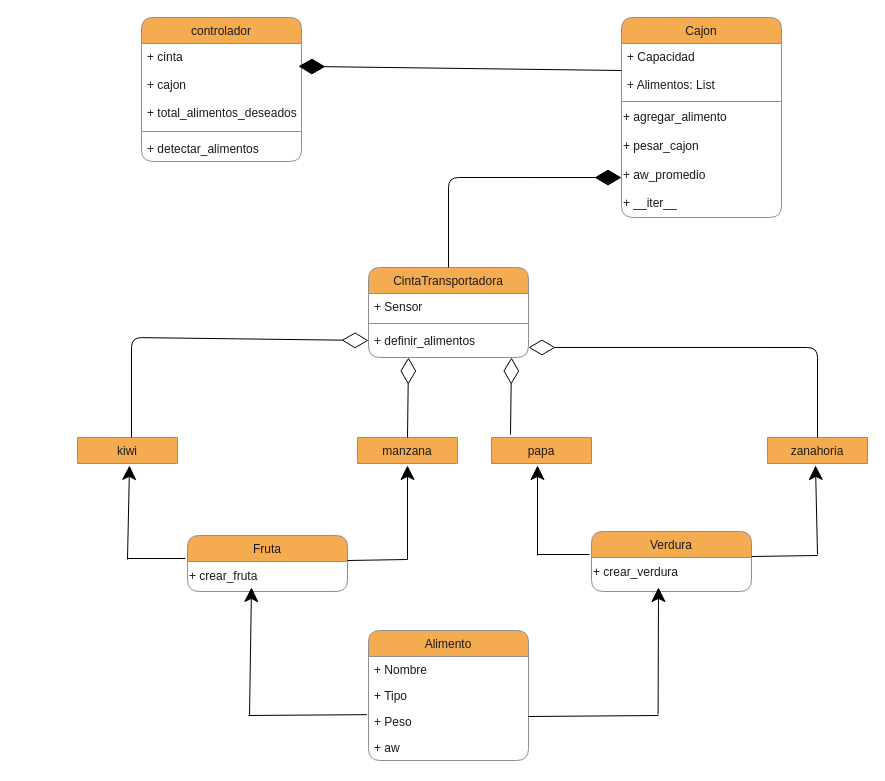
Above: TrabajoPractico_2/proyecto_2.2/docs/Diagrama sin título.drawio in AgustinG178/pa_2025c1_practica (draw.io), before the change. Source tidied: cells renumbered, new cells numbered last; positions are measured from the earlier drawing's top-left corner, leaving out a move shared by most shapes. Both pictures are drawn from the tidied source at 100%, with x=0, y=0 at pixel (77, 17).
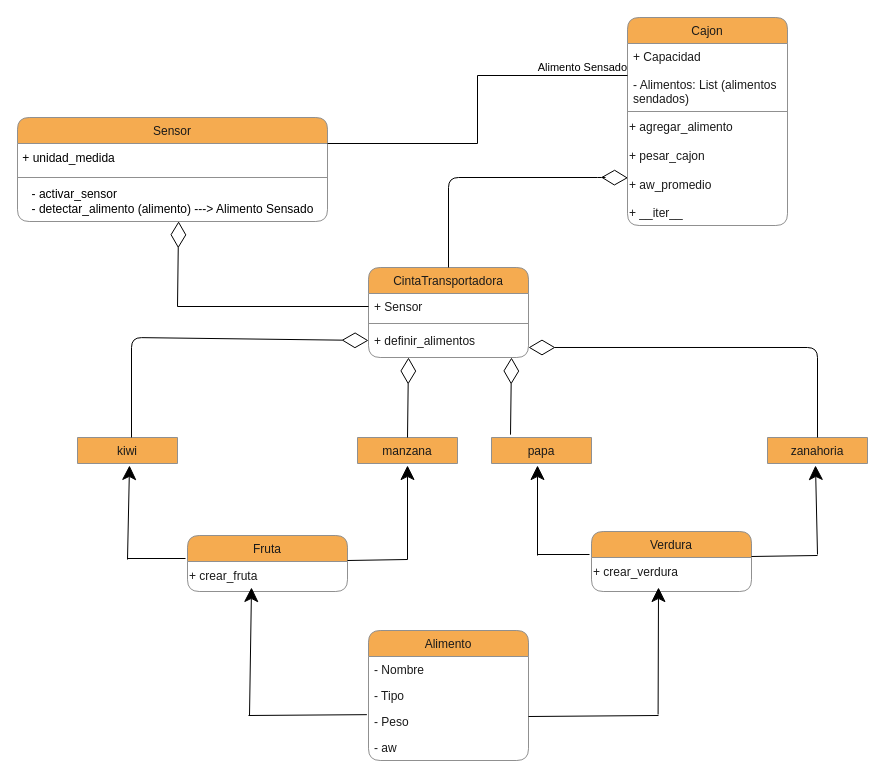
After the change.

The change refers to these unchanged cells:
```xml
<mxCell id="2" value="CintaTransportadora" style="swimlane;fontStyle=0;align=center;verticalAlign=top;horizontal=1;startSize=26;rounded=1;shadow=0;strokeWidth=1;labelBackgroundColor=none;fillColor=#F5AB50;strokeColor=#909090;fontColor=#1A1A1A;" parent="1" vertex="1">
  <mxGeometry x="291" y="250" width="160" height="90" as="geometry" />
</mxCell>
<mxCell id="3" value="+ Sensor" style="text;align=left;verticalAlign=top;spacingLeft=4;spacingRight=4;overflow=hidden;points=[[0,0.5],[1,0.5]];portConstraint=eastwest;labelBackgroundColor=none;fontColor=#1A1A1A;rounded=1;" parent="2" vertex="1">
  <mxGeometry y="26" width="160" height="26" as="geometry" />
</mxCell>
<mxCell id="10" value="Alimento" style="swimlane;fontStyle=0;align=center;verticalAlign=top;horizontal=1;startSize=26;rounded=1;shadow=0;strokeWidth=1;labelBackgroundColor=none;fillColor=#F5AB50;strokeColor=#909090;fontColor=#1A1A1A;" parent="1" vertex="1">
  <mxGeometry x="291" y="613" width="160" height="130" as="geometry" />
</mxCell>
```

What changed in the source:
```diff
@@
     <mxCell id="6" value="Cajon" style="swimlane;fontStyle=0;align=center;verticalAlign=top;horizontal=1;startSize=26;rounded=1;shadow=0;strokeWidth=1;labelBackgroundColor=none;fillColor=#F5AB50;strokeColor=#909090;fontColor=#1A1A1A;" parent="1" vertex="1">
-      <mxGeometry x="544" width="160" height="200" as="geometry" />
+      <mxGeometry x="550" width="160" height="208" as="geometry" />
     </mxCell>
-    <mxCell id="7" value="+ Capacidad&#10;&#10;+ Alimentos: List" style="text;align=left;verticalAlign=top;spacingLeft=4;spacingRight=4;overflow=hidden;points=[[0,0.5],[1,0.5]];portConstraint=eastwest;labelBackgroundColor=none;fontColor=#1A1A1A;rounded=1;" parent="6" vertex="1">
-      <mxGeometry y="26" width="160" height="54" as="geometry" />
+    <mxCell id="7" value="+ Capacidad&#10;&#10;- Alimentos: List (alimentos &#10;sendados)" style="text;align=left;verticalAlign=top;spacingLeft=4;spacingRight=4;overflow=hidden;points=[[0,0.5],[1,0.5]];portConstraint=eastwest;labelBackgroundColor=none;fontColor=#1A1A1A;rounded=1;" parent="6" vertex="1">
+      <mxGeometry y="26" width="160" height="64" as="geometry" />
     </mxCell>
     <mxCell id="8" style="line;html=1;strokeWidth=1;align=left;verticalAlign=middle;spacingTop=-1;spacingLeft=3;spacingRight=3;labelPosition=right;labelBackgroundColor=none;fillColor=#F5AB50;strokeColor=#909090;fontColor=#1A1A1A;rounded=1;" parent="6" vertex="1">
-      <mxGeometry y="80" width="160" height="8" as="geometry" />
+      <mxGeometry y="90" width="160" height="8" as="geometry" />
     </mxCell>
     <mxCell id="9" value="+ agregar_alimento&lt;div&gt;&lt;div&gt;&lt;br&gt;&lt;/div&gt;&lt;div&gt;+ pesar_cajon&lt;/div&gt;&lt;div&gt;&lt;br&gt;&lt;/div&gt;&lt;div&gt;+ aw_promedio&lt;/div&gt;&lt;div&gt;&lt;br&gt;&lt;/div&gt;&lt;div&gt;+ __iter__&lt;/div&gt;&lt;/div&gt;" style="text;html=1;align=left;verticalAlign=middle;points=[];strokeColor=none;fillColor=none;labelBackgroundColor=none;fontColor=#1A1A1A;rounded=1;" parent="6" vertex="1">
-      <mxGeometry y="88" width="160" height="110" as="geometry" />
+      <mxGeometry y="98" width="160" height="110" as="geometry" />
     </mxCell>
@@
-    <mxCell id="11" value="+ Nombre   " style="text;align=left;verticalAlign=top;spacingLeft=4;spacingRight=4;overflow=hidden;rounded=1;shadow=0;html=0;labelBackgroundColor=none;fontColor=#1A1A1A;" parent="10" vertex="1">
+    <mxCell id="11" value="- Nombre   " style="text;align=left;verticalAlign=top;spacingLeft=4;spacingRight=4;overflow=hidden;rounded=1;shadow=0;html=0;labelBackgroundColor=none;fontColor=#1A1A1A;" parent="10" vertex="1">
       <mxGeometry y="26" width="160" height="26" as="geometry" />
     </mxCell>
-    <mxCell id="12" value="+ Tipo" style="text;align=left;verticalAlign=top;spacingLeft=4;spacingRight=4;overflow=hidden;rounded=1;shadow=0;html=0;labelBackgroundColor=none;fontColor=#1A1A1A;" parent="10" vertex="1">
+    <mxCell id="12" value="- Tipo" style="text;align=left;verticalAlign=top;spacingLeft=4;spacingRight=4;overflow=hidden;rounded=1;shadow=0;html=0;labelBackgroundColor=none;fontColor=#1A1A1A;" parent="10" vertex="1">
       <mxGeometry y="52" width="160" height="26" as="geometry" />
     </mxCell>
-    <mxCell id="13" value="+ Peso" style="text;align=left;verticalAlign=top;spacingLeft=4;spacingRight=4;overflow=hidden;points=[[0,0.5],[1,0.5]];portConstraint=eastwest;rounded=1;shadow=0;html=0;labelBackgroundColor=none;fontColor=#1A1A1A;" parent="10" vertex="1">
+    <mxCell id="13" value="- Peso" style="text;align=left;verticalAlign=top;spacingLeft=4;spacingRight=4;overflow=hidden;points=[[0,0.5],[1,0.5]];portConstraint=eastwest;rounded=1;shadow=0;html=0;labelBackgroundColor=none;fontColor=#1A1A1A;" parent="10" vertex="1">
       <mxGeometry y="78" width="160" height="26" as="geometry" />
     </mxCell>
-    <mxCell id="14" value="+ aw" style="text;align=left;verticalAlign=top;spacingLeft=4;spacingRight=4;overflow=hidden;rounded=1;shadow=0;html=0;labelBackgroundColor=none;fontColor=#1A1A1A;" parent="10" vertex="1">
+    <mxCell id="14" value="- aw" style="text;align=left;verticalAlign=top;spacingLeft=4;spacingRight=4;overflow=hidden;rounded=1;shadow=0;html=0;labelBackgroundColor=none;fontColor=#1A1A1A;" parent="10" vertex="1">
       <mxGeometry y="104" width="160" height="26" as="geometry" />
     </mxCell>
-    <mxCell id="15" value="controlador" style="swimlane;fontStyle=0;align=center;verticalAlign=top;horizontal=1;startSize=26;rounded=1;shadow=0;strokeWidth=1;labelBackgroundColor=none;fillColor=#F5AB50;strokeColor=#909090;fontColor=#1A1A1A;" parent="1" vertex="1">
-      <mxGeometry x="64" width="160" height="144" as="geometry" />
-    </mxCell>
-    <mxCell id="16" value="+ cinta&#10;&#10;+ cajon&#10;&#10;+ total_alimentos_deseados" style="text;align=left;verticalAlign=top;spacingLeft=4;spacingRight=4;overflow=hidden;points=[[0,0.5],[1,0.5]];portConstraint=eastwest;labelBackgroundColor=none;fontColor=#1A1A1A;rounded=1;" parent="15" vertex="1">
-      <mxGeometry y="26" width="160" height="84" as="geometry" />
-    </mxCell>
-    <mxCell id="17" style="line;html=1;strokeWidth=1;align=left;verticalAlign=middle;spacingTop=-1;spacingLeft=3;spacingRight=3;labelPosition=right;labelBackgroundColor=none;fillColor=#F5AB50;strokeColor=#909090;fontColor=#1A1A1A;rounded=1;" parent="15" vertex="1">
-      <mxGeometry y="110" width="160" height="8" as="geometry" />
-    </mxCell>
-    <mxCell id="18" value="+ detectar_alimentos" style="text;align=left;verticalAlign=top;spacingLeft=4;spacingRight=4;overflow=hidden;fontStyle=0;labelBackgroundColor=none;fontColor=#1A1A1A;rounded=1;" parent="15" vertex="1">
-      <mxGeometry y="118" width="160" height="26" as="geometry" />
-    </mxCell>
@@
-    <mxCell id="43" style="endArrow=diamondThin;endFill=1;endSize=24;html=1;rounded=1;exitX=0.5;exitY=0;exitDx=0;exitDy=0;entryX=0;entryY=0.655;entryDx=0;entryDy=0;entryPerimeter=0;" parent="1" edge="1" source="2" target="9">
+    <mxCell id="43" style="endArrow=diamondThin;endFill=0;endSize=24;html=1;rounded=1;exitX=0.5;exitY=0;exitDx=0;exitDy=0;entryX=0.003;entryY=0.567;entryDx=0;entryDy=0;entryPerimeter=0;" parent="1" edge="1" source="2" target="9">
       <mxGeometry relative="1" as="geometry">
         <Array as="points">
           <mxPoint x="371" y="160" />
+          <mxPoint x="530" y="160" />
         </Array>
       </mxGeometry>
     </mxCell>
-    <mxCell id="44" style="endArrow=diamondThin;endFill=1;endSize=24;html=1;rounded=1;entryX=0.981;entryY=0.272;entryDx=0;entryDy=0;exitX=0;exitY=0.5;exitDx=0;exitDy=0;entryPerimeter=0;" parent="1" edge="1" source="7" target="16">
-      <mxGeometry relative="1" as="geometry" />
-    </mxCell>
+    <mxCell id="45" style="endArrow=diamondThin;endFill=0;endSize=24;html=1;rounded=0;entryX=0.382;entryY=1.147;entryDx=0;entryDy=0;entryPerimeter=0;exitX=0;exitY=0.5;exitDx=0;exitDy=0;" parent="1" edge="1" source="3">
+      <mxGeometry relative="1" as="geometry">
+        <mxPoint x="101.1" y="203.8" as="targetPoint" />
+        <Array as="points">
+          <mxPoint x="100" y="289" />
+        </Array>
+      </mxGeometry>
+    </mxCell>
+    <mxCell id="46" value="Sensor" style="swimlane;fontStyle=0;align=center;verticalAlign=top;horizontal=1;startSize=26;rounded=1;shadow=0;strokeWidth=1;labelBackgroundColor=none;fillColor=#F5AB50;strokeColor=#909090;fontColor=#1A1A1A;" parent="1" vertex="1">
+      <mxGeometry x="-60" y="100" width="310" height="104" as="geometry" />
+    </mxCell>
+    <mxCell id="47" value="&lt;div&gt;&lt;span style=&quot;background-color: transparent; color: light-dark(rgb(0, 0, 0), rgb(255, 255, 255));&quot;&gt;&amp;nbsp;+ unidad_medida&lt;/span&gt;&lt;/div&gt;" style="text;html=1;align=left;verticalAlign=middle;strokeColor=none;fillColor=none;" parent="46" vertex="1">
+      <mxGeometry y="26" width="310" height="30" as="geometry" />
+    </mxCell>
+    <mxCell id="48" style="line;html=1;strokeWidth=1;align=left;verticalAlign=middle;spacingTop=-1;spacingLeft=3;spacingRight=3;labelPosition=right;labelBackgroundColor=none;fillColor=#F5AB50;strokeColor=#909090;fontColor=#1A1A1A;rounded=1;" parent="46" vertex="1">
+      <mxGeometry y="56" width="310" height="8" as="geometry" />
+    </mxCell>
+    <mxCell id="49" value="&lt;div style=&quot;text-align: left;&quot;&gt;- activar_sensor&lt;/div&gt;&lt;span style=&quot;text-align: left;&quot;&gt;- detectar_alimento (alimento) ---&amp;gt; Alimento Sensado&lt;/span&gt;" style="text;html=1;align=center;verticalAlign=middle;strokeColor=none;fillColor=none;" parent="46" vertex="1">
+      <mxGeometry y="64" width="310" height="40" as="geometry" />
+    </mxCell>
+    <mxCell id="50" style="endArrow=none;html=1;edgeStyle=orthogonalEdgeStyle;rounded=0;exitX=1;exitY=0.25;exitDx=0;exitDy=0;entryX=0;entryY=0.5;entryDx=0;entryDy=0;" parent="1" edge="1" source="46" target="7">
+      <mxGeometry relative="1" as="geometry" />
+    </mxCell>
+    <mxCell id="51" value="Alimento Sensado" style="edgeLabel;html=1;align=right;verticalAlign=bottom;" parent="50" vertex="1">
+      <mxGeometry x="1" relative="1" as="geometry" />
+    </mxCell>
```
